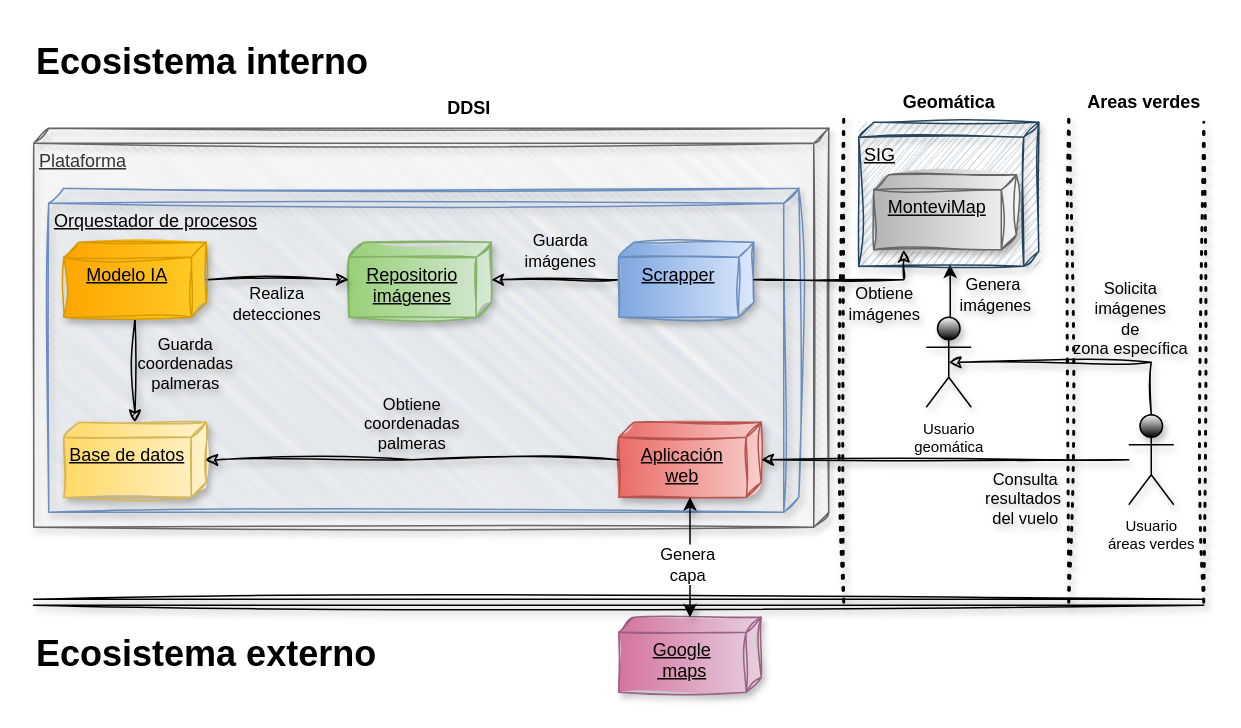
Before: page "Diagrama de bloques - Visualizacion" (2 of 4) of ceia-gdp/Diagramas gestion de proyectos.drawio in brunomaso1/uba-ceia, a draw.io diagram. Source tidied: cells renumbered, new cells numbered last; positions are measured from the earlier drawing's top-left corner, leaving out a move shared by most shapes. Both pictures are drawn from the tidied source at 150%, with x=0, y=0 at pixel (33, 32).
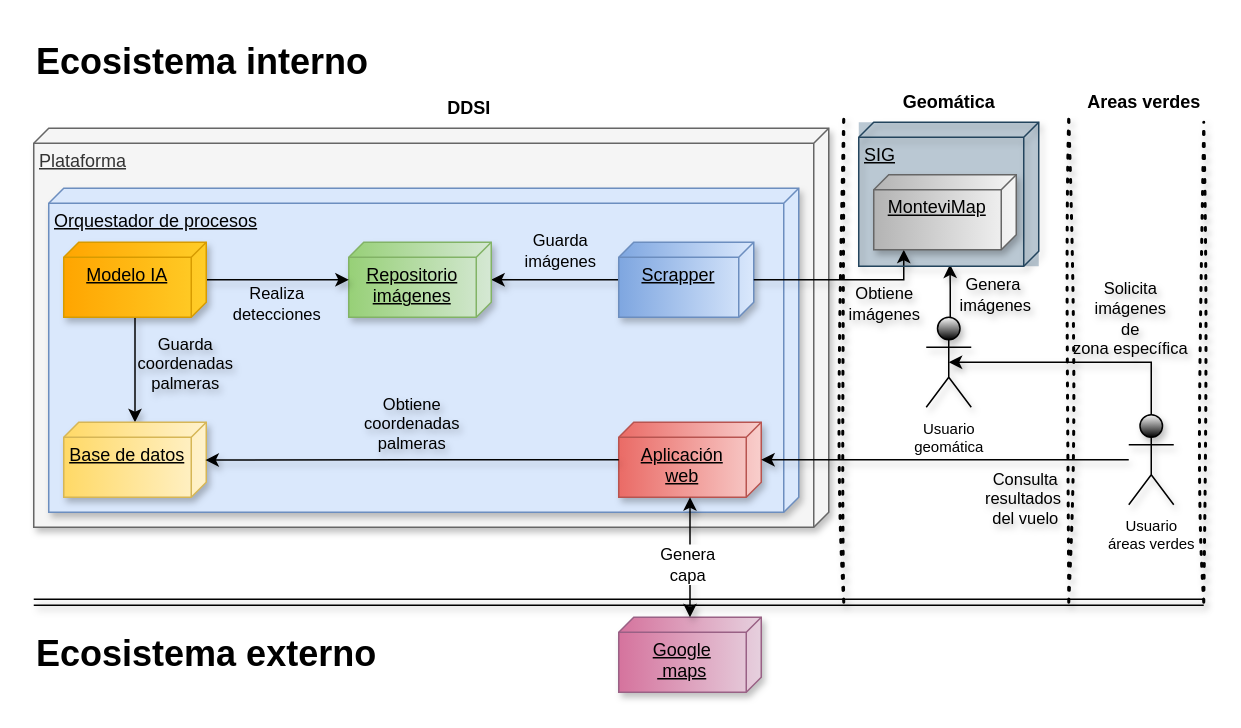
Above is the later version.

The change refers to these unchanged cells:
```xml
<mxCell id="5" value="&lt;font style=&quot;font-size: 10px;&quot;&gt;Usuario&lt;/font&gt;&lt;div style=&quot;font-size: 10px;&quot;&gt;&lt;font style=&quot;font-size: 10px;&quot;&gt;geomática&lt;/font&gt;&lt;/div&gt;" style="shape=umlActor;html=1;verticalLabelPosition=bottom;verticalAlign=top;align=center;shadow=1;gradientColor=default;" parent="1" vertex="1">
  <mxGeometry x="595" y="190" width="30" height="60" as="geometry" />
</mxCell>
<mxCell id="6" value="&lt;font style=&quot;font-size: 10px;&quot;&gt;Usuario&lt;/font&gt;&lt;div style=&quot;font-size: 10px;&quot;&gt;&lt;font style=&quot;font-size: 10px;&quot;&gt;áreas&amp;nbsp;&lt;/font&gt;&lt;span style=&quot;background-color: initial;&quot;&gt;verdes&lt;/span&gt;&lt;/div&gt;" style="shape=umlActor;html=1;verticalLabelPosition=bottom;verticalAlign=top;align=center;shadow=1;gradientColor=default;" parent="1" vertex="1">
  <mxGeometry x="730" y="255" width="30" height="60" as="geometry" />
</mxCell>
```

Change to the diagram source:
```diff
@@
-    <mxCell id="2" style="shape=link;html=1;rounded=0;sketch=1;curveFitting=1;jiggle=2;shadow=1;" parent="1" edge="1">
+    <mxCell id="2" style="shape=link;html=1;rounded=0;shadow=1;" parent="1" edge="1">
       <mxGeometry relative="1" as="geometry">
         <mxPoint y="380" as="sourcePoint" />
         <mxPoint x="780" y="380" as="targetPoint" />
       </mxGeometry>
     </mxCell>
@@
-    <mxCell id="7" style="rounded=0;jettySize=auto;html=1;entryX=0.5;entryY=0.5;entryDx=0;entryDy=0;entryPerimeter=0;edgeStyle=orthogonalEdgeStyle;shadow=1;sketch=1;curveFitting=1;jiggle=2;" parent="1" edge="1" source="6" target="5">
+    <mxCell id="7" style="rounded=0;jettySize=auto;html=1;entryX=0.5;entryY=0.5;entryDx=0;entryDy=0;entryPerimeter=0;edgeStyle=orthogonalEdgeStyle;shadow=1;" parent="1" edge="1" source="6" target="5">
       <mxGeometry relative="1" as="geometry">
         <Array as="points">
           <mxPoint x="745" y="220" />
         </Array>
       </mxGeometry>
     </mxCell>
@@
-    <mxCell id="11" value="Google&lt;div&gt;&amp;nbsp;maps&lt;/div&gt;" style="verticalAlign=top;align=center;spacingTop=8;spacingLeft=2;spacingRight=12;shape=cube;size=10;direction=south;fontStyle=4;html=1;whiteSpace=wrap;sketch=1;curveFitting=1;jiggle=2;shadow=1;fillColor=#e6d0de;strokeColor=#996185;gradientColor=#d5739d;" parent="1" vertex="1">
+    <mxCell id="11" value="Google&lt;div&gt;&amp;nbsp;maps&lt;/div&gt;" style="verticalAlign=top;align=center;spacingTop=8;spacingLeft=2;spacingRight=12;shape=cube;size=10;direction=south;fontStyle=4;html=1;whiteSpace=wrap;shadow=1;fillColor=#e6d0de;strokeColor=#996185;gradientColor=#d5739d;" parent="1" vertex="1">
       <mxGeometry x="390" y="390" width="95" height="50" as="geometry" />
     </mxCell>
@@
-    <mxCell id="17" value="Plataforma" style="verticalAlign=top;align=left;spacingTop=8;spacingLeft=2;spacingRight=12;shape=cube;size=10;direction=south;fontStyle=4;html=1;whiteSpace=wrap;shadow=1;sketch=1;curveFitting=1;jiggle=2;fillColor=#f5f5f5;fontColor=#333333;strokeColor=#666666;" parent="1" vertex="1">
+    <mxCell id="17" value="Plataforma" style="verticalAlign=top;align=left;spacingTop=8;spacingLeft=2;spacingRight=12;shape=cube;size=10;direction=south;fontStyle=4;html=1;whiteSpace=wrap;shadow=1;fillColor=#f5f5f5;fontColor=#333333;strokeColor=#666666;" parent="1" vertex="1">
       <mxGeometry y="64" width="530" height="266" as="geometry" />
     </mxCell>
-    <mxCell id="18" value="Orquestador de procesos" style="verticalAlign=top;align=left;spacingTop=8;spacingLeft=2;spacingRight=12;shape=cube;size=10;direction=south;fontStyle=4;html=1;whiteSpace=wrap;shadow=1;sketch=1;curveFitting=1;jiggle=2;fillColor=#dae8fc;strokeColor=#6c8ebf;" parent="1" vertex="1">
+    <mxCell id="18" value="Orquestador de procesos" style="verticalAlign=top;align=left;spacingTop=8;spacingLeft=2;spacingRight=12;shape=cube;size=10;direction=south;fontStyle=4;html=1;whiteSpace=wrap;shadow=1;fillColor=#dae8fc;strokeColor=#6c8ebf;" parent="1" vertex="1">
       <mxGeometry x="10" y="104" width="500" height="216" as="geometry" />
     </mxCell>
-    <mxCell id="19" style="edgeStyle=orthogonalEdgeStyle;rounded=0;jettySize=auto;html=1;shadow=1;sketch=1;curveFitting=1;jiggle=2;" parent="1" edge="1" source="21" target="22">
+    <mxCell id="19" style="edgeStyle=orthogonalEdgeStyle;rounded=0;jettySize=auto;html=1;shadow=1;" parent="1" edge="1" source="21" target="22">
       <mxGeometry relative="1" as="geometry" />
     </mxCell>
@@
-    <mxCell id="21" value="Scrapper" style="verticalAlign=top;align=center;spacingTop=8;spacingLeft=2;spacingRight=12;shape=cube;size=10;direction=south;fontStyle=4;html=1;whiteSpace=wrap;shadow=1;sketch=1;curveFitting=1;jiggle=2;fillColor=#dae8fc;strokeColor=#6c8ebf;gradientColor=#7ea6e0;" parent="1" vertex="1">
+    <mxCell id="21" value="Scrapper" style="verticalAlign=top;align=center;spacingTop=8;spacingLeft=2;spacingRight=12;shape=cube;size=10;direction=south;fontStyle=4;html=1;whiteSpace=wrap;shadow=1;fillColor=#dae8fc;strokeColor=#6c8ebf;gradientColor=#7ea6e0;" parent="1" vertex="1">
       <mxGeometry x="390" y="140" width="90" height="50" as="geometry" />
     </mxCell>
-    <mxCell id="22" value="Repositorio&lt;div&gt;imágenes&lt;/div&gt;" style="verticalAlign=top;align=center;spacingTop=8;spacingLeft=2;spacingRight=12;shape=cube;size=10;direction=south;fontStyle=4;html=1;whiteSpace=wrap;shadow=1;sketch=1;curveFitting=1;jiggle=2;fillColor=#d5e8d4;strokeColor=#82b366;gradientColor=#97d077;" parent="1" vertex="1">
+    <mxCell id="22" value="Repositorio&lt;div&gt;imágenes&lt;/div&gt;" style="verticalAlign=top;align=center;spacingTop=8;spacingLeft=2;spacingRight=12;shape=cube;size=10;direction=south;fontStyle=4;html=1;whiteSpace=wrap;shadow=1;fillColor=#d5e8d4;strokeColor=#82b366;gradientColor=#97d077;" parent="1" vertex="1">
       <mxGeometry x="210" y="140" width="95" height="50" as="geometry" />
     </mxCell>
-    <mxCell id="23" style="edgeStyle=orthogonalEdgeStyle;rounded=0;jettySize=auto;html=1;shadow=1;sketch=1;curveFitting=1;jiggle=2;" parent="1" edge="1" source="27" target="22">
+    <mxCell id="23" style="edgeStyle=orthogonalEdgeStyle;rounded=0;jettySize=auto;html=1;shadow=1;" parent="1" edge="1" source="27" target="22">
       <mxGeometry relative="1" as="geometry" />
     </mxCell>
@@
-    <mxCell id="25" style="edgeStyle=orthogonalEdgeStyle;rounded=0;jettySize=auto;html=1;shadow=1;sketch=1;curveFitting=1;jiggle=2;" parent="1" edge="1" source="27" target="28">
+    <mxCell id="25" style="edgeStyle=orthogonalEdgeStyle;rounded=0;jettySize=auto;html=1;shadow=1;" parent="1" edge="1" source="27" target="28">
       <mxGeometry relative="1" as="geometry" />
     </mxCell>
@@
-    <mxCell id="27" value="Modelo IA" style="verticalAlign=top;align=center;spacingTop=8;spacingLeft=2;spacingRight=12;shape=cube;size=10;direction=south;fontStyle=4;html=1;whiteSpace=wrap;shadow=1;sketch=1;curveFitting=1;jiggle=2;fillColor=#ffcd28;strokeColor=#d79b00;gradientColor=#ffa500;" parent="1" vertex="1">
+    <mxCell id="27" value="Modelo IA" style="verticalAlign=top;align=center;spacingTop=8;spacingLeft=2;spacingRight=12;shape=cube;size=10;direction=south;fontStyle=4;html=1;whiteSpace=wrap;shadow=1;fillColor=#ffcd28;strokeColor=#d79b00;gradientColor=#ffa500;" parent="1" vertex="1">
       <mxGeometry x="20" y="140" width="95" height="50" as="geometry" />
     </mxCell>
-    <mxCell id="28" value="Base de datos" style="verticalAlign=top;align=center;spacingTop=8;spacingLeft=2;spacingRight=12;shape=cube;size=10;direction=south;fontStyle=4;html=1;whiteSpace=wrap;shadow=1;sketch=1;curveFitting=1;jiggle=2;fillColor=#fff2cc;strokeColor=#d6b656;gradientColor=#ffd966;" parent="1" vertex="1">
+    <mxCell id="28" value="Base de datos" style="verticalAlign=top;align=center;spacingTop=8;spacingLeft=2;spacingRight=12;shape=cube;size=10;direction=south;fontStyle=4;html=1;whiteSpace=wrap;shadow=1;fillColor=#fff2cc;strokeColor=#d6b656;gradientColor=#ffd966;" parent="1" vertex="1">
       <mxGeometry x="20" y="260" width="95" height="50" as="geometry" />
     </mxCell>
-    <mxCell id="29" value="Aplicación&lt;div&gt;web&lt;/div&gt;" style="verticalAlign=top;align=center;spacingTop=8;spacingLeft=2;spacingRight=12;shape=cube;size=10;direction=south;fontStyle=4;html=1;whiteSpace=wrap;shadow=1;sketch=1;curveFitting=1;jiggle=2;fillColor=#f8cecc;strokeColor=#b85450;gradientColor=#ea6b66;" parent="1" vertex="1">
+    <mxCell id="29" value="Aplicación&lt;div&gt;web&lt;/div&gt;" style="verticalAlign=top;align=center;spacingTop=8;spacingLeft=2;spacingRight=12;shape=cube;size=10;direction=south;fontStyle=4;html=1;whiteSpace=wrap;shadow=1;fillColor=#f8cecc;strokeColor=#b85450;gradientColor=#ea6b66;" parent="1" vertex="1">
       <mxGeometry x="390" y="260" width="95" height="50" as="geometry" />
     </mxCell>
-    <mxCell id="30" style="edgeStyle=orthogonalEdgeStyle;rounded=0;jettySize=auto;html=1;entryX=0.504;entryY=0.006;entryDx=0;entryDy=0;entryPerimeter=0;shadow=1;sketch=1;curveFitting=1;jiggle=2;" parent="1" edge="1" source="29" target="28">
+    <mxCell id="30" style="edgeStyle=orthogonalEdgeStyle;rounded=0;jettySize=auto;html=1;entryX=0.504;entryY=0.006;entryDx=0;entryDy=0;entryPerimeter=0;shadow=1;" parent="1" edge="1" source="29" target="28">
       <mxGeometry relative="1" as="geometry" />
     </mxCell>
@@
-    <mxCell id="32" style="group;shadow=0;sketch=1;curveFitting=1;jiggle=2;fillColor=#bac8d3;strokeColor=none;" parent="1" vertex="1">
+    <mxCell id="32" style="group;shadow=0;fillColor=#bac8d3;strokeColor=none;" parent="1" vertex="1">
       <mxGeometry x="550" y="60" width="120" height="96" as="geometry" />
     </mxCell>
-    <mxCell id="33" value="SIG" style="verticalAlign=top;align=left;spacingTop=8;spacingLeft=2;spacingRight=12;shape=cube;size=10;direction=south;fontStyle=4;html=1;whiteSpace=wrap;shadow=1;sketch=1;curveFitting=1;jiggle=2;fillColor=none;strokeColor=#23445d;" parent="32" vertex="1">
-      <mxGeometry width="120" height="96" as="geometry" />
-    </mxCell>
-    <mxCell id="34" value="MonteviMap" style="verticalAlign=top;align=center;spacingTop=8;spacingLeft=2;spacingRight=12;shape=cube;size=10;direction=south;fontStyle=4;html=1;whiteSpace=wrap;shadow=1;sketch=1;curveFitting=1;jiggle=2;fillColor=#f5f5f5;gradientColor=#b3b3b3;strokeColor=#666666;" parent="32" vertex="1">
-      <mxGeometry x="10" y="35" width="95" height="50" as="geometry" />
-    </mxCell>
-    <mxCell id="35" style="edgeStyle=none;rounded=0;jettySize=auto;html=1;shadow=1;sketch=1;curveFitting=1;jiggle=2;" parent="1" edge="1" source="6" target="29">
+    <mxCell id="35" style="edgeStyle=none;rounded=0;jettySize=auto;html=1;shadow=1;" parent="1" edge="1" source="6" target="29">
       <mxGeometry relative="1" as="geometry" />
     </mxCell>
@@
-    <mxCell id="40" style="edgeStyle=orthogonalEdgeStyle;rounded=0;jettySize=auto;html=1;shadow=1;sketch=1;curveFitting=1;jiggle=2;" parent="1" edge="1" source="21" target="34">
+    <mxCell id="40" style="edgeStyle=orthogonalEdgeStyle;rounded=0;jettySize=auto;html=1;shadow=1;" parent="1" edge="1" source="21" target="34">
       <mxGeometry relative="1" as="geometry">
         <Array as="points">
           <mxPoint x="580" y="165" />
         </Array>
       </mxGeometry>
     </mxCell>
@@
+    <mxCell id="33" value="SIG" style="verticalAlign=top;align=left;spacingTop=8;spacingLeft=2;spacingRight=12;shape=cube;size=10;direction=south;fontStyle=4;html=1;whiteSpace=wrap;shadow=1;fillColor=none;strokeColor=#23445d;" parent="1" vertex="1">
+      <mxGeometry x="550" y="60" width="120" height="96" as="geometry" />
+    </mxCell>
+    <mxCell id="34" value="MonteviMap" style="verticalAlign=top;align=center;spacingTop=8;spacingLeft=2;spacingRight=12;shape=cube;size=10;direction=south;fontStyle=4;html=1;whiteSpace=wrap;shadow=1;fillColor=#f5f5f5;gradientColor=#b3b3b3;strokeColor=#666666;" parent="1" vertex="1">
+      <mxGeometry x="560" y="95" width="95" height="50" as="geometry" />
+    </mxCell>
```
